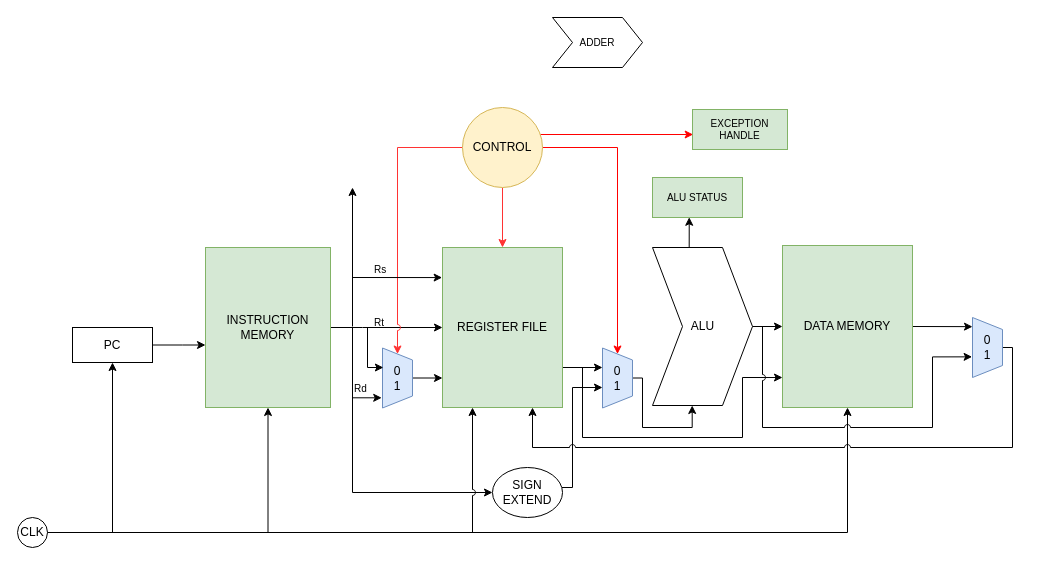
Above: KTMTass.drawio in tmhieu99/Mips-Processor (draw.io), before the change. Source tidied: cells renumbered, new cells numbered last; positions are measured from the earlier drawing's top-left corner, leaving out a move shared by most shapes. Both pictures are drawn from the tidied source at 100%, with x=0, y=0 at pixel (17, 17).
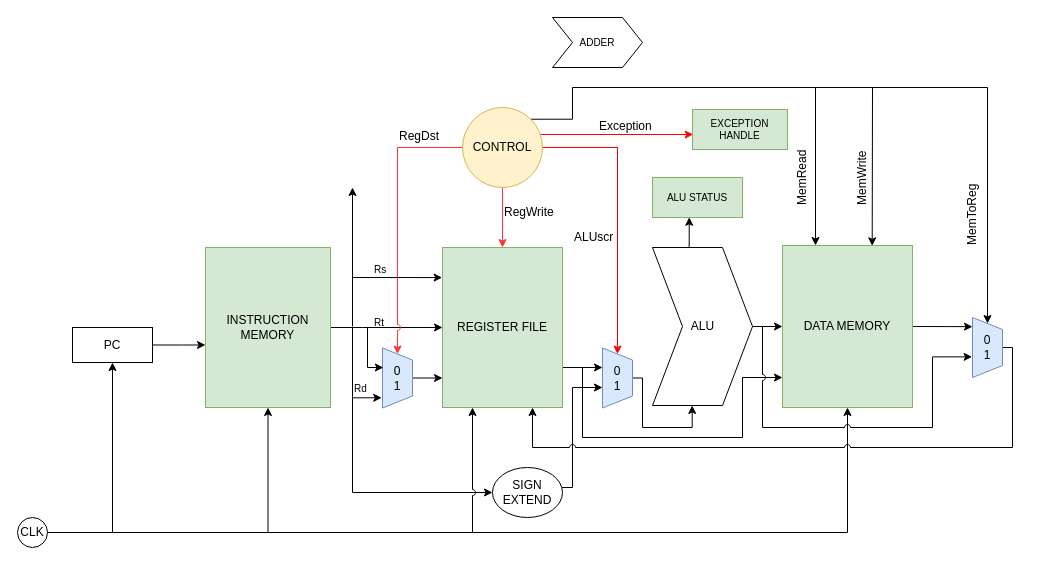
Above is the later version.

The change refers to these unchanged cells:
```xml
<mxCell id="14" value="DATA MEMORY" style="rounded=0;whiteSpace=wrap;html=1;fillColor=#d5e8d4;strokeColor=#82b366;" parent="1" vertex="1">
  <mxGeometry x="765" y="228" width="130" height="162" as="geometry" />
</mxCell>
<mxCell id="29" value="0&lt;br&gt;1&lt;br&gt;" style="shape=trapezoid;perimeter=trapezoidPerimeter;whiteSpace=wrap;html=1;direction=south;fillColor=#dae8fc;strokeColor=#6c8ebf;" parent="1" vertex="1">
  <mxGeometry x="955" y="300" width="30" height="60" as="geometry" />
</mxCell>
<mxCell id="34" value="CONTROL" style="ellipse;whiteSpace=wrap;html=1;fillColor=#fff2cc;strokeColor=#d6b656;" parent="1" vertex="1">
  <mxGeometry x="445" y="90" width="80" height="80" as="geometry" />
</mxCell>
```

The edit, as a diff of the source:
```diff
@@
+    <mxCell id="44" style="edgeStyle=orthogonalEdgeStyle;rounded=0;jettySize=auto;html=1;exitX=1;exitY=0;exitDx=0;exitDy=0;entryX=0;entryY=0.5;entryDx=0;entryDy=0;" parent="1" edge="1" source="34" target="29">
+      <mxGeometry relative="1" as="geometry">
+        <Array as="points">
+          <mxPoint x="555" y="101" />
+          <mxPoint x="555" y="70" />
+          <mxPoint x="970" y="70" />
+        </Array>
+      </mxGeometry>
+    </mxCell>
@@
+    <mxCell id="45" value="RegDst" style="text;html=1;align=left;verticalAlign=top;spacingTop=-4;" parent="1" vertex="1">
+      <mxGeometry x="380" y="109" width="60" height="20" as="geometry" />
+    </mxCell>
+    <mxCell id="46" value="RegWrite" style="text;html=1;align=left;verticalAlign=top;spacingTop=-4;" parent="1" vertex="1">
+      <mxGeometry x="485" y="185" width="70" height="20" as="geometry" />
+    </mxCell>
+    <mxCell id="47" value="Exception" style="text;html=1;align=left;verticalAlign=top;spacingTop=-4;" parent="1" vertex="1">
+      <mxGeometry x="580" y="99" width="70" height="20" as="geometry" />
+    </mxCell>
+    <mxCell id="48" value="ALUscr" style="text;html=1;align=left;verticalAlign=top;spacingTop=-4;" parent="1" vertex="1">
+      <mxGeometry x="555" y="210" width="50" height="20" as="geometry" />
+    </mxCell>
+    <mxCell id="49" value="MemToReg" style="text;html=1;align=left;verticalAlign=top;spacingTop=-4;horizontal=0;" parent="1" vertex="1">
+      <mxGeometry x="945" y="210" width="80" height="20" as="geometry" />
+    </mxCell>
+    <mxCell id="50" style="endArrow=classic;html=1;" parent="1" edge="1">
+      <mxGeometry relative="1" as="geometry">
+        <mxPoint x="798" y="70" as="sourcePoint" />
+        <mxPoint x="798" y="228" as="targetPoint" />
+      </mxGeometry>
+    </mxCell>
+    <mxCell id="51" style="endArrow=classic;html=1;entryX=0.69;entryY=0.002;entryDx=0;entryDy=0;entryPerimeter=0;" parent="1" edge="1" target="14">
+      <mxGeometry relative="1" as="geometry">
+        <mxPoint x="855" y="70" as="sourcePoint" />
+      </mxGeometry>
+    </mxCell>
+    <mxCell id="52" value="MemRead" style="text;html=1;align=left;verticalAlign=top;spacingTop=-4;direction=west;horizontal=0;" parent="1" vertex="1">
+      <mxGeometry x="775" y="170" width="70" height="20" as="geometry" />
+    </mxCell>
+    <mxCell id="53" value="MemWrite" style="text;html=1;align=left;verticalAlign=top;spacingTop=-4;horizontal=0;" parent="1" vertex="1">
+      <mxGeometry x="835" y="170" width="70" height="20" as="geometry" />
+    </mxCell>
```
